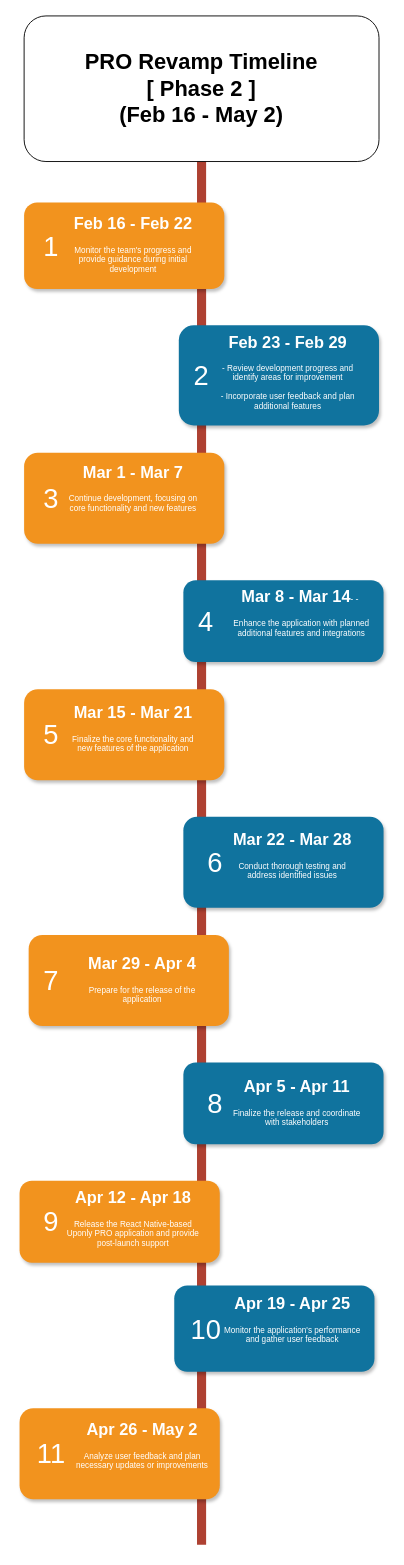
Above: Timelines/Revamp Pro/phase-2.drawio in UPONLY-TECHNOLOGIES/uponly-documentation (draw.io), before the change. Source tidied: cells renumbered, new cells numbered last; positions are measured from the earlier drawing's top-left corner, leaving out a move shared by most shapes. Both pictures are drawn from the tidied source at 91%, with x=0, y=0 at pixel (19, 15).
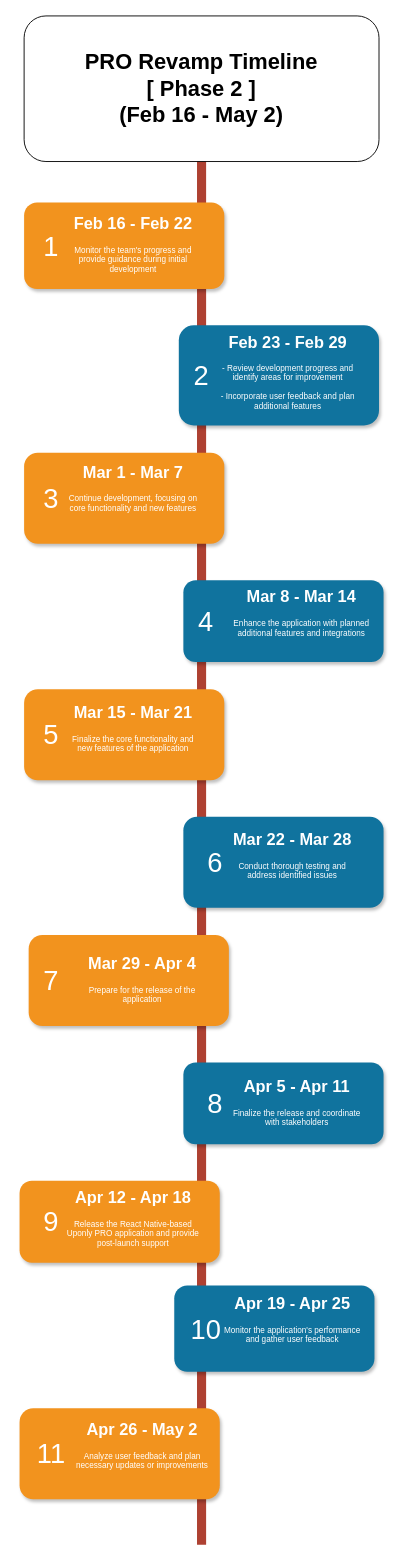
The same diagram, later.

What changed in the source:
```diff
@@
-    <mxCell id="22" value="&lt;h1&gt;&lt;span style=&quot;white-space: normal;&quot;&gt;&lt;span style=&quot;background-color: initial;&quot;&gt;Mar 8 - Mar 14&lt;/span&gt;&lt;/span&gt;&lt;span style=&quot;background-color: initial; font-size: 9px; font-weight: normal;&quot;&gt;-&amp;nbsp;&lt;/span&gt;&lt;span style=&quot;background-color: initial; font-weight: 400;&quot;&gt;&lt;font size=&quot;1&quot;&gt;-&amp;nbsp;&lt;/font&gt;&lt;/span&gt;&lt;/h1&gt;&lt;div&gt;Enhance the application with planned additional features and integrations&lt;span style=&quot;background-color: initial; font-weight: 400;&quot;&gt;&lt;font size=&quot;1&quot;&gt;&lt;br&gt;&lt;/font&gt;&lt;/span&gt;&lt;/div&gt;" style="text;html=1;spacing=5;spacingTop=-20;whiteSpace=wrap;overflow=hidden;strokeColor=none;strokeWidth=4;fillColor=none;gradientColor=#007FFF;fontSize=9;fontColor=#FFFFFF;align=center;" parent="1" vertex="1">
+    <mxCell id="22" value="&lt;h1&gt;&lt;span style=&quot;white-space: normal;&quot;&gt;&lt;span style=&quot;background-color: initial;&quot;&gt;Mar 8 - Mar 14&lt;/span&gt;&lt;/span&gt;&lt;/h1&gt;&lt;div&gt;Enhance the application with planned additional features and integrations&lt;span style=&quot;background-color: initial; font-weight: 400;&quot;&gt;&lt;font size=&quot;1&quot;&gt;&lt;br&gt;&lt;/font&gt;&lt;/span&gt;&lt;/div&gt;" style="text;html=1;spacing=5;spacingTop=-20;whiteSpace=wrap;overflow=hidden;strokeColor=none;strokeWidth=4;fillColor=none;gradientColor=#007FFF;fontSize=9;fontColor=#FFFFFF;align=center;" parent="1" vertex="1">
       <mxGeometry x="230" y="627" width="160" height="83" as="geometry" />
     </mxCell>
```
